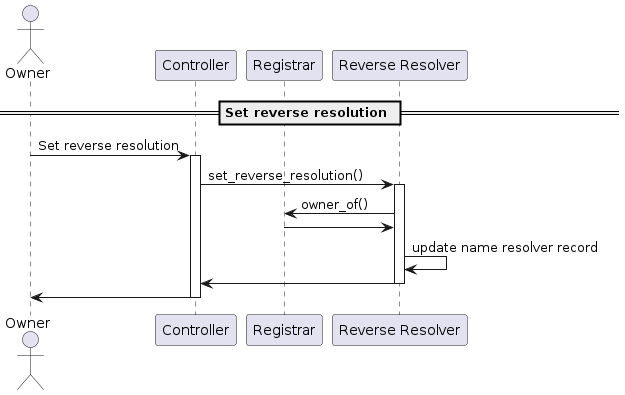
This is docs/sequence-diagrams/puml/set-reverse-resolution.png from make-software/cspr-name-contracts, a PlantUML export, as it was before one commit. The source it was exported from:
```plantuml
@startuml

actor Owner
participant "Controller"
participant "Registrar"
participant "Reverse Resolver"

== Set reverse resolution ==

Owner -> Controller: Set reverse resolution
activate Controller
Controller -> "Reverse Resolver": set_reverse_resolution()
activate "Reverse Resolver"
"Reverse Resolver" -> "Registrar": owner_of()
Registrar -> "Reverse Resolver"
"Reverse Resolver" -> "Reverse Resolver": update name resolver record
"Reverse Resolver" -> "Controller"
deactivate "Reverse Resolver"
Controller -> Owner
deactivate Controller
@enduml
```
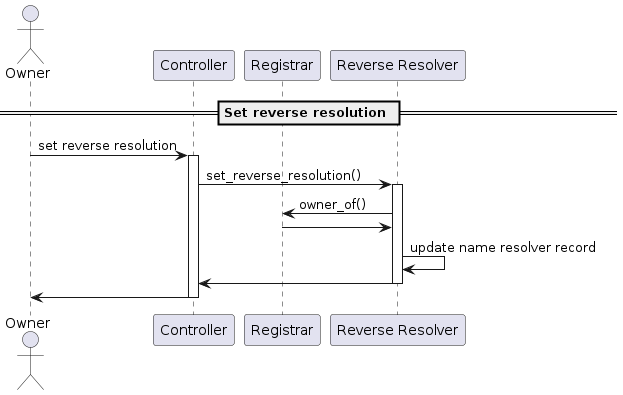
Above is the later version.

Change to the diagram source:
```diff
@@ -7,7 +7,7 @@
 
 == Set reverse resolution ==
 
-Owner -> Controller: Set reverse resolution
+Owner -> Controller: set reverse resolution
 activate Controller
 Controller -> "Reverse Resolver": set_reverse_resolution()
 activate "Reverse Resolver"
```
